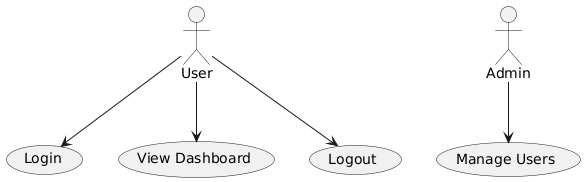
Above: use-case.png in softwareDesign24/collaborateUML-ucd (PlantUML), before the change. The source it was exported from:
```plantuml
@startuml
:User: --> (Login)
:User: --> (View Dashboard)
:User: --> (Logout)
:Admin: --> (Manage Users)
@enduml
```
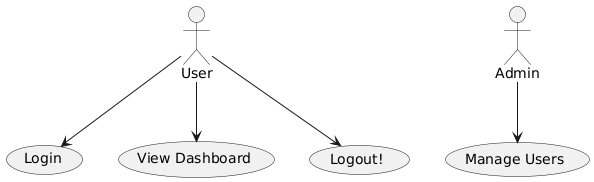
The same diagram one commit later.

Commit message:
Automated UML diagram generation

What changed in the source:
```diff
@@ -1,6 +1,6 @@
 @startuml
 :User: --> (Login)
 :User: --> (View Dashboard)
-:User: --> (Logout)
+:User: --> (Logout!)
 :Admin: --> (Manage Users)
 @enduml
```
